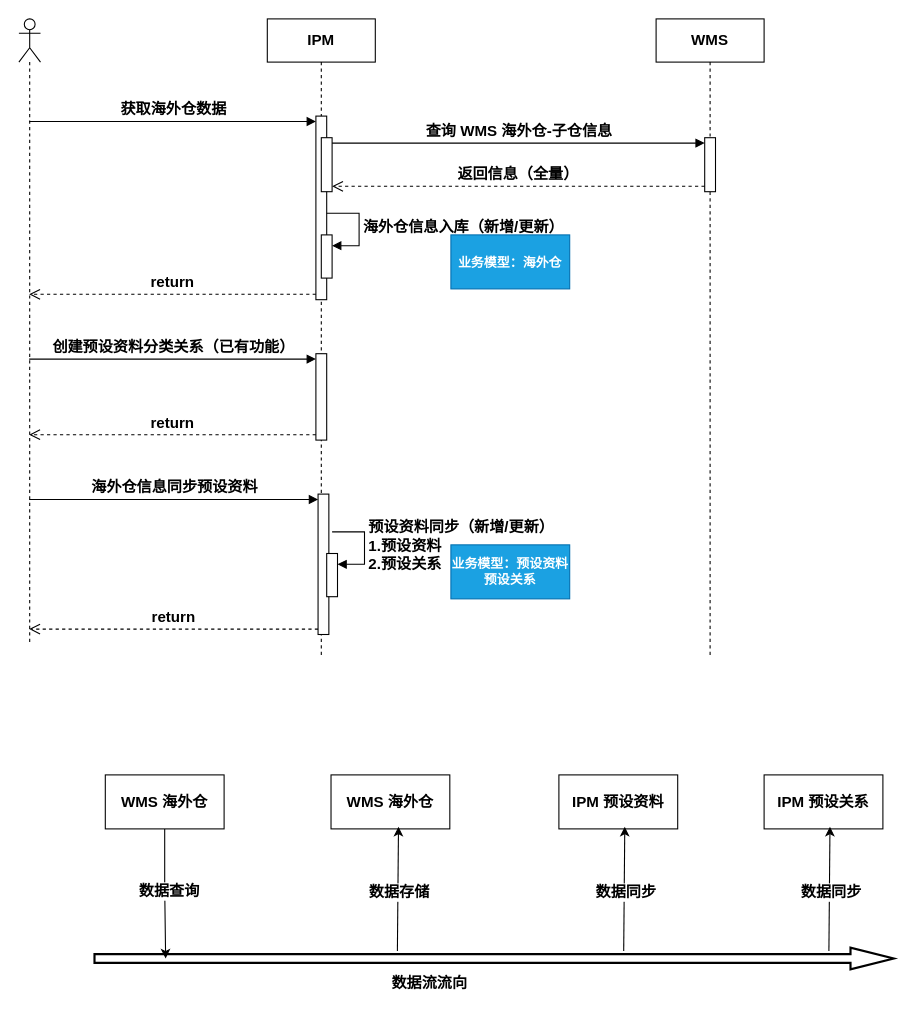
Msimplehub/abbysun keeps this draw.io diagram as shein/海外仓计划.drawio. Above is the earlier version. Source tidied: cells renumbered, new cells numbered last; positions are measured from the earlier drawing's top-left corner, leaving out a move shared by most shapes. Both pictures are drawn from the tidied source at 108%, with x=0, y=0 at pixel (18, 18).
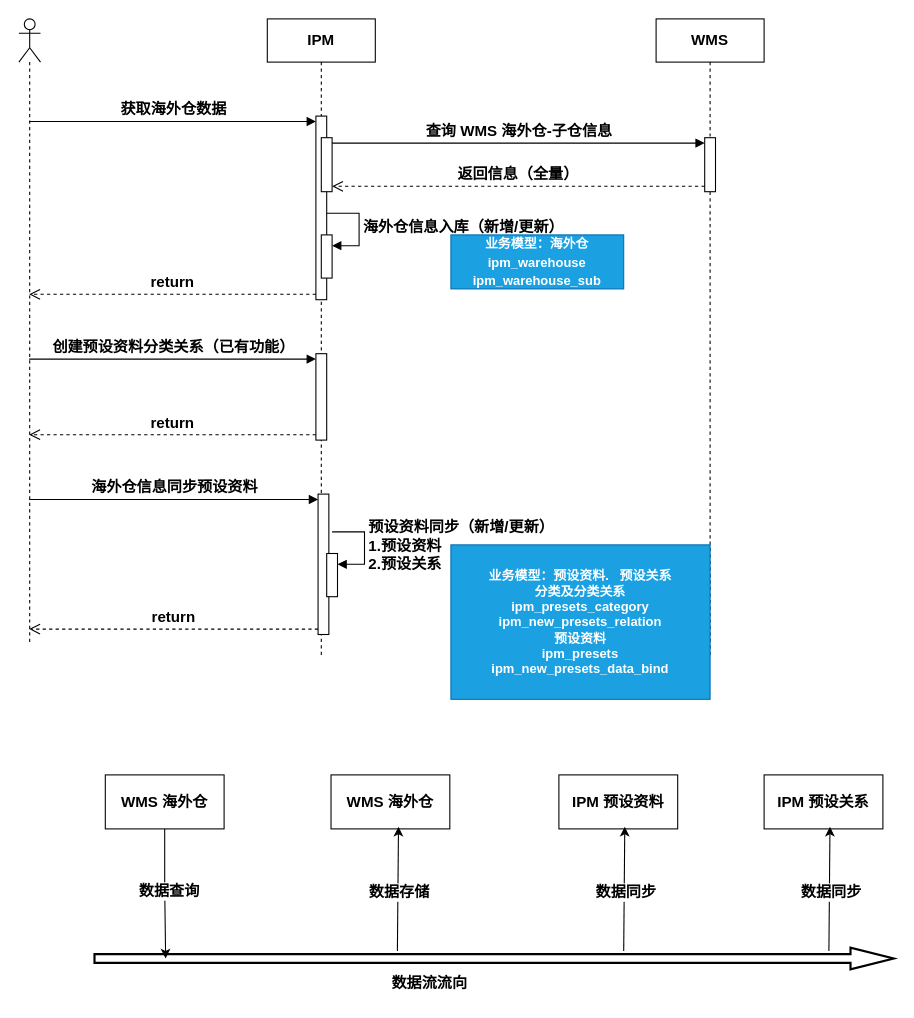
After the change.

Commit message:
更新海外仓计划.drawio

What changed in the source:
```diff
@@
-    <mxCell id="15" value="&lt;font style=&quot;font-size: 12px;&quot;&gt;业务模型：海外仓&lt;/font&gt;" style="html=1;whiteSpace=wrap;fillColor=#1ba1e2;fontColor=#ffffff;strokeColor=#006EAF;fontStyle=1;fontSize=14;" parent="1" vertex="1">
-      <mxGeometry x="400" y="200" width="110" height="50" as="geometry" />
+    <mxCell id="15" value="&lt;font style=&quot;font-size: 12px;&quot;&gt;业务模型：海外仓&lt;/font&gt;&lt;div&gt;&lt;font style=&quot;font-size: 12px;&quot;&gt;ipm_warehouse&lt;/font&gt;&lt;/div&gt;&lt;div&gt;&lt;font style=&quot;font-size: 12px;&quot;&gt;ipm_warehouse_sub&lt;/font&gt;&lt;/div&gt;" style="html=1;whiteSpace=wrap;fillColor=#1ba1e2;fontColor=#ffffff;strokeColor=#006EAF;fontStyle=1;fontSize=14;" parent="1" vertex="1">
+      <mxGeometry x="400" y="200" width="160" height="50" as="geometry" />
     </mxCell>
@@
-    <mxCell id="21" value="&lt;font style=&quot;font-size: 12px;&quot;&gt;业务模型：预设资料&lt;/font&gt;&lt;div style=&quot;font-size: 12px;&quot;&gt;&lt;font style=&quot;font-size: 12px;&quot;&gt;预设关系&lt;/font&gt;&lt;/div&gt;" style="html=1;whiteSpace=wrap;fillColor=#1ba1e2;fontColor=#ffffff;strokeColor=#006EAF;fontStyle=1;fontSize=12;" parent="1" vertex="1">
-      <mxGeometry x="400" y="487" width="110" height="50" as="geometry" />
+    <mxCell id="21" value="&lt;font style=&quot;font-size: 12px;&quot;&gt;业务模型：预设资料.&amp;nbsp; &amp;nbsp;&lt;/font&gt;&lt;span style=&quot;background-color: initial;&quot;&gt;预设关系&lt;/span&gt;&lt;div style=&quot;font-size: 12px;&quot;&gt;&lt;font style=&quot;font-size: 12px;&quot;&gt;&lt;div&gt;分类及分类关系&lt;/div&gt;&lt;div&gt;ipm_presets_category&lt;/div&gt;&lt;div&gt;ipm_new_presets_relation&lt;/div&gt;&lt;div&gt;预设资料&lt;/div&gt;&lt;div&gt;ipm_presets&lt;/div&gt;&lt;div&gt;ipm_new_presets_data_bind&lt;/div&gt;&lt;/font&gt;&lt;/div&gt;" style="html=1;whiteSpace=wrap;fillColor=#1ba1e2;fontColor=#ffffff;strokeColor=#006EAF;fontStyle=1;fontSize=12;" parent="1" vertex="1">
+      <mxGeometry x="400" y="487" width="240" height="143" as="geometry" />
     </mxCell>
```
